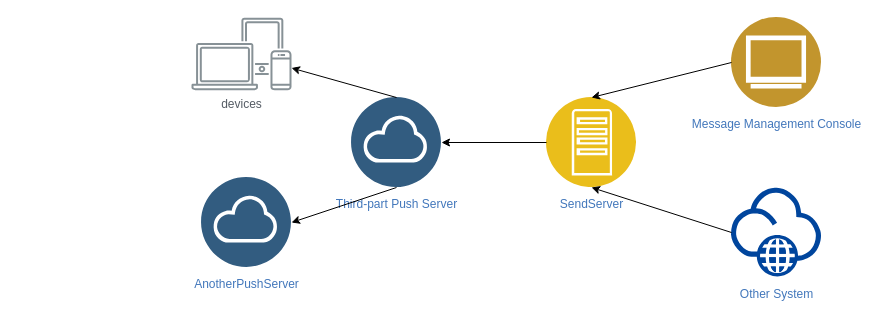
The draw.io diagram common-push-service.drawio in ItCrazyer/hello-world, before the edit. Source tidied: cells renumbered, new cells numbered last; positions are measured from the earlier drawing's top-left corner, leaving out a move shared by most shapes. Both pictures are drawn from the tidied source at 100%, with x=0, y=0 at pixel (191, 17).
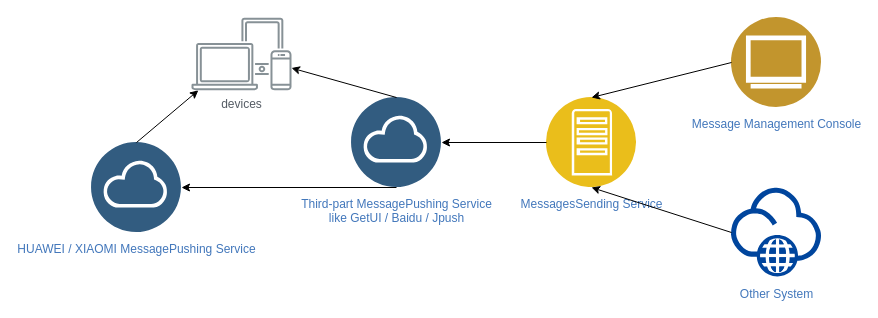
Above is the later version.

Change to the diagram source:
```diff
@@
 <mxGraphModel background="#ffffff">
   <root>
     <mxCell id="0" />
     <mxCell id="1" parent="0" />
-    <mxCell id="2" value="SendServer" style="perimeter=ellipsePerimeter;html=1;align=center;shadow=0;dashed=0;fontColor=#4277BB;labelBackgroundColor=#ffffff;fontSize=12;spacingTop=3;image;image=img/lib/ibm/applications/app_server.svg;" parent="1" vertex="1">
+    <mxCell id="2" value="MessagesSending Service" style="perimeter=ellipsePerimeter;html=1;align=center;shadow=0;dashed=0;fontColor=#4277BB;labelBackgroundColor=#ffffff;fontSize=12;spacingTop=3;image;image=img/lib/ibm/applications/app_server.svg;" parent="1" vertex="1">
       <mxGeometry x="355" y="80" width="90" height="90" as="geometry" />
     </mxCell>
-    <mxCell id="3" value="Third-part Push Server" style="perimeter=ellipsePerimeter;html=1;align=center;shadow=0;dashed=0;fontColor=#4277BB;labelBackgroundColor=#ffffff;fontSize=12;spacingTop=3;image;image=img/lib/ibm/data/cloud.svg;" parent="1" vertex="1">
+    <mxCell id="3" value="Third-part MessagePushing Service&lt;br&gt;like GetUI / Baidu / Jpush" style="perimeter=ellipsePerimeter;html=1;align=center;shadow=0;dashed=0;fontColor=#4277BB;labelBackgroundColor=#ffffff;fontSize=12;spacingTop=3;image;image=img/lib/ibm/data/cloud.svg;" parent="1" vertex="1">
       <mxGeometry x="160" y="80" width="90" height="90" as="geometry" />
     </mxCell>
     <mxCell id="4" value="Message Management Console" style="perimeter=ellipsePerimeter;html=1;align=center;shadow=0;dashed=0;fontColor=#4277BB;labelBackgroundColor=#ffffff;fontSize=12;spacingTop=3;image;image=img/lib/ibm/users/browser.svg;" parent="1" vertex="1">
       <mxGeometry x="540" width="90" height="90" as="geometry" />
     </mxCell>
     <mxCell id="5" value="Other System" style="perimeter=ellipsePerimeter;html=1;align=center;shadow=0;dashed=0;fontColor=#4277BB;labelBackgroundColor=#ffffff;fontSize=12;spacingTop=3;image;image=img/lib/ibm/vpc/Internet.svg;" parent="1" vertex="1">
       <mxGeometry x="540" y="170" width="90" height="90" as="geometry" />
     </mxCell>
     <mxCell id="6" style="endArrow=classic;html=1;entryX=0.5;entryY=0;entryDx=0;entryDy=0;exitX=0;exitY=0.5;exitDx=0;exitDy=0;" parent="1" edge="1" source="4" target="2">
       <mxGeometry relative="1" as="geometry" />
     </mxCell>
     <mxCell id="7" style="endArrow=classic;html=1;entryX=0.5;entryY=1;entryDx=0;entryDy=0;exitX=0;exitY=0.5;exitDx=0;exitDy=0;" parent="1" edge="1" source="5" target="2">
       <mxGeometry relative="1" as="geometry" />
     </mxCell>
     <mxCell id="8" style="endArrow=classic;html=1;entryX=1;entryY=0.5;entryDx=0;entryDy=0;exitX=0;exitY=0.5;exitDx=0;exitDy=0;" parent="1" edge="1" source="2" target="3">
       <mxGeometry relative="1" as="geometry" />
     </mxCell>
     <mxCell id="9" value="devices" style="outlineConnect=0;gradientColor=none;fontColor=#545B64;strokeColor=none;fillColor=#879196;dashed=0;verticalLabelPosition=bottom;verticalAlign=top;align=center;html=1;fontSize=12;fontStyle=0;shape=mxgraph.aws4.illustration_devices;" parent="1" vertex="1">
       <mxGeometry width="100" height="73" as="geometry" />
     </mxCell>
-    <mxCell id="10" value="AnotherPushServer" style="perimeter=ellipsePerimeter;html=1;align=center;shadow=0;dashed=0;fontColor=#4277BB;labelBackgroundColor=#ffffff;fontSize=12;spacingTop=3;image;image=img/lib/ibm/data/cloud.svg;" parent="1" vertex="1">
-      <mxGeometry x="10" y="160" width="90" height="90" as="geometry" />
+    <mxCell id="10" value="HUAWEI / XIAOMI MessagePushing Service" style="perimeter=ellipsePerimeter;html=1;align=center;shadow=0;dashed=0;fontColor=#4277BB;labelBackgroundColor=#ffffff;fontSize=12;spacingTop=3;image;image=img/lib/ibm/data/cloud.svg;" parent="1" vertex="1">
+      <mxGeometry x="-100" y="125" width="90" height="90" as="geometry" />
     </mxCell>
     <mxCell id="11" style="endArrow=classic;html=1;exitX=0.5;exitY=0;exitDx=0;exitDy=0;" parent="1" edge="1" source="3" target="9">
       <mxGeometry relative="1" as="geometry" />
     </mxCell>
     <mxCell id="12" style="endArrow=classic;html=1;entryX=1;entryY=0.5;entryDx=0;entryDy=0;exitX=0.5;exitY=1;exitDx=0;exitDy=0;" parent="1" edge="1" source="3" target="10">
       <mxGeometry relative="1" as="geometry" />
     </mxCell>
+    <mxCell id="13" style="endArrow=classic;html=1;exitX=0.5;exitY=0;exitDx=0;exitDy=0;" parent="1" edge="1" source="10" target="9">
+      <mxGeometry relative="1" as="geometry" />
+    </mxCell>
   </root>
 </mxGraphModel>
```
